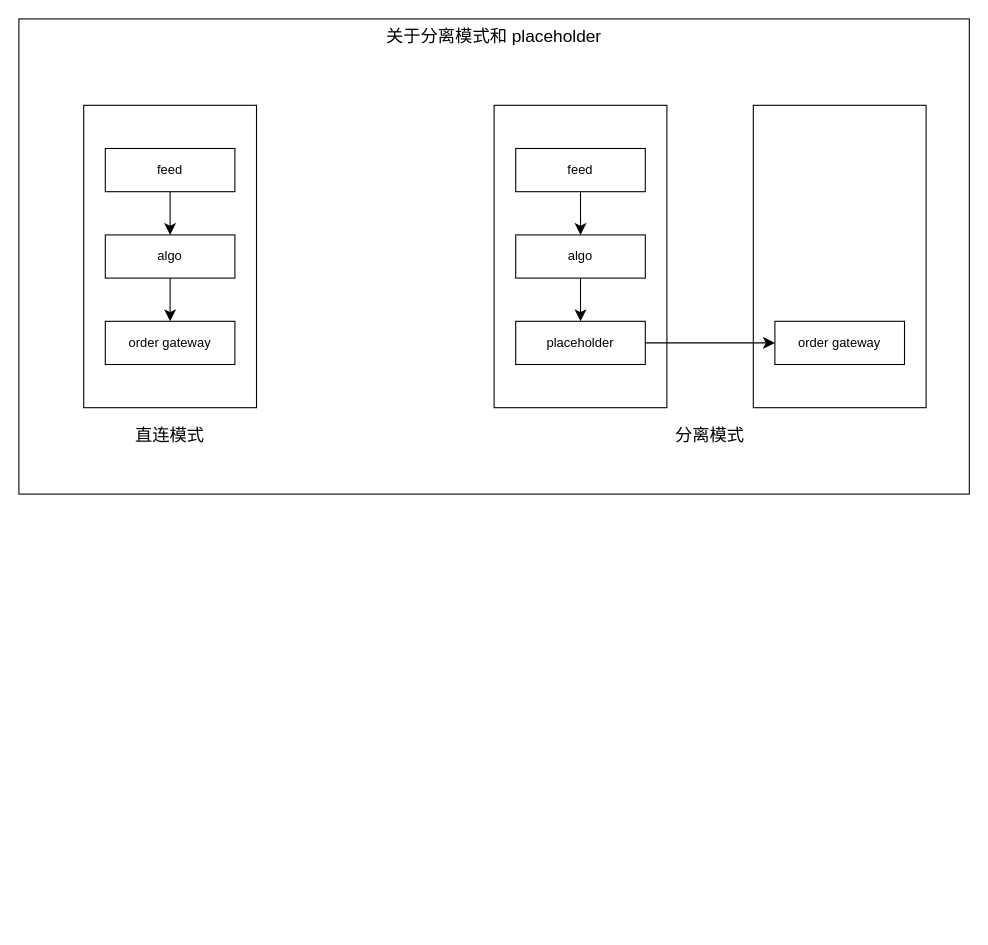
zhaxd123/drawio keeps this draw.io diagram as page "简图" (4 of 4) of smart.drawio. Above is the earlier version. Source tidied: cells renumbered, new cells numbered last; positions are measured from the earlier drawing's top-left corner, leaving out a move shared by most shapes. Both pictures are drawn from the tidied source at 108%, with x=0, y=0 at pixel (18, 18).
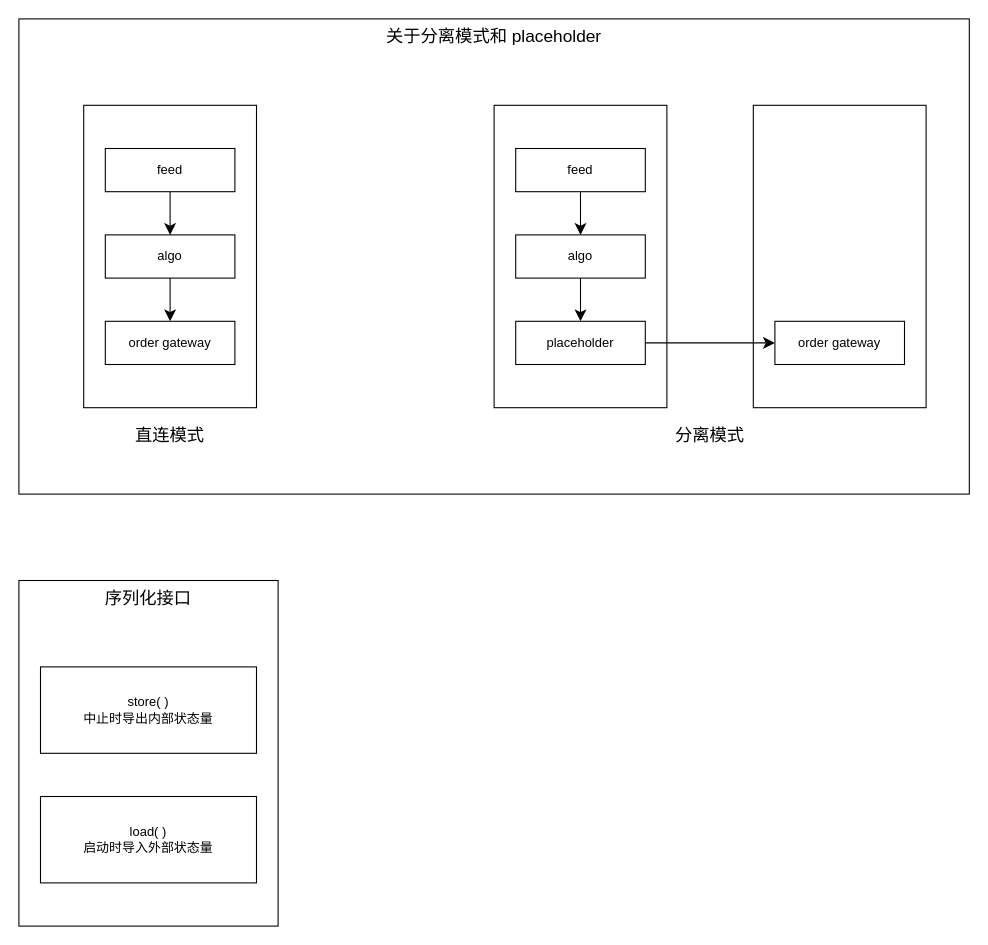
Above is the later version.

Change to the diagram source:
```diff
@@
+    <mxCell id="20" value="序列化接口" style="rounded=0;whiteSpace=wrap;html=1;verticalAlign=top;fontSize=16;" parent="1" vertex="1">
+      <mxGeometry y="520" width="240" height="320" as="geometry" />
+    </mxCell>
+    <mxCell id="21" value="load( )&lt;div&gt;启动时导入外部状态量&lt;/div&gt;" style="rounded=0;whiteSpace=wrap;html=1;" parent="1" vertex="1">
+      <mxGeometry x="20" y="720" width="200" height="80" as="geometry" />
+    </mxCell>
+    <mxCell id="22" value="store( )&lt;div&gt;中止时导出内部状态量&lt;/div&gt;" style="rounded=0;whiteSpace=wrap;html=1;" parent="1" vertex="1">
+      <mxGeometry x="20" y="600" width="200" height="80" as="geometry" />
+    </mxCell>
```
